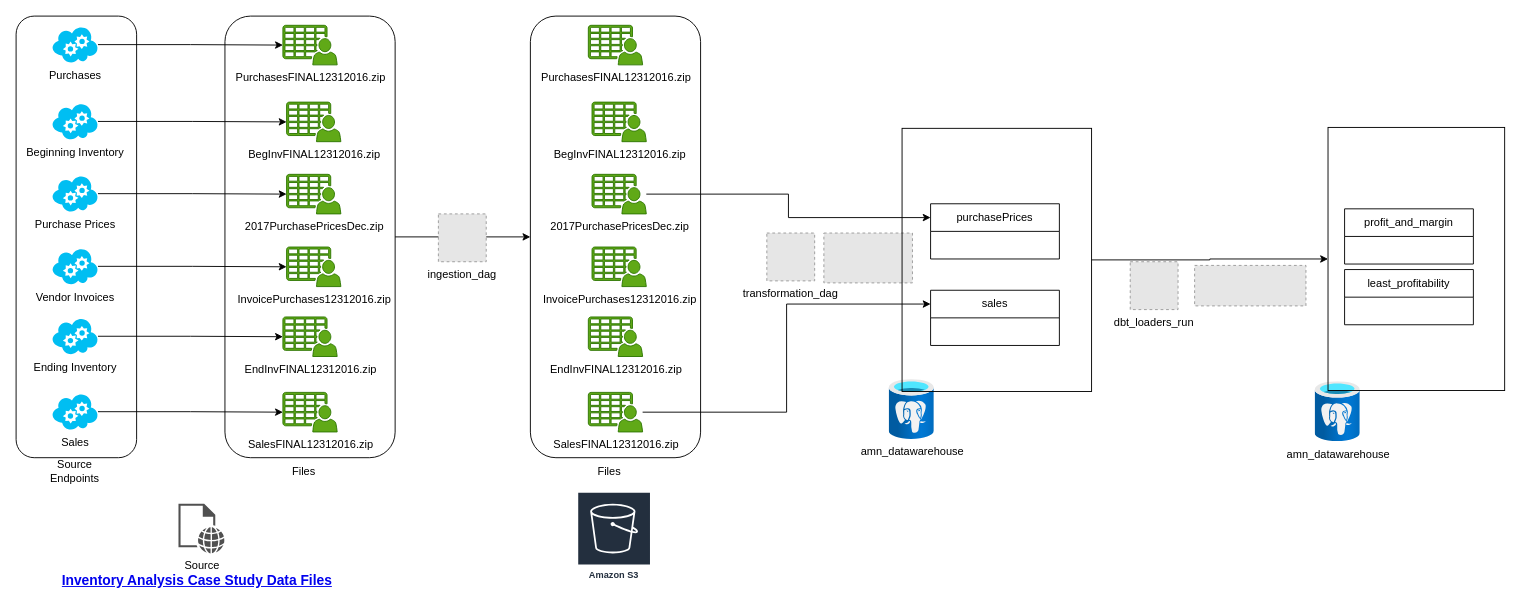
Above: page "pipeline" (1 of 2) of docs/ANM_DIAGRAM.drawio in geeklogbook/AMN (draw.io), before the change. Source tidied: cells renumbered, new cells numbered last; positions are measured from the earlier drawing's top-left corner, leaving out a move shared by most shapes. Both pictures are drawn from the tidied source at 92%, with x=0, y=0 at pixel (16, 16). Pictures stored in the file or linked from it are replaced by grey dashed boxes.
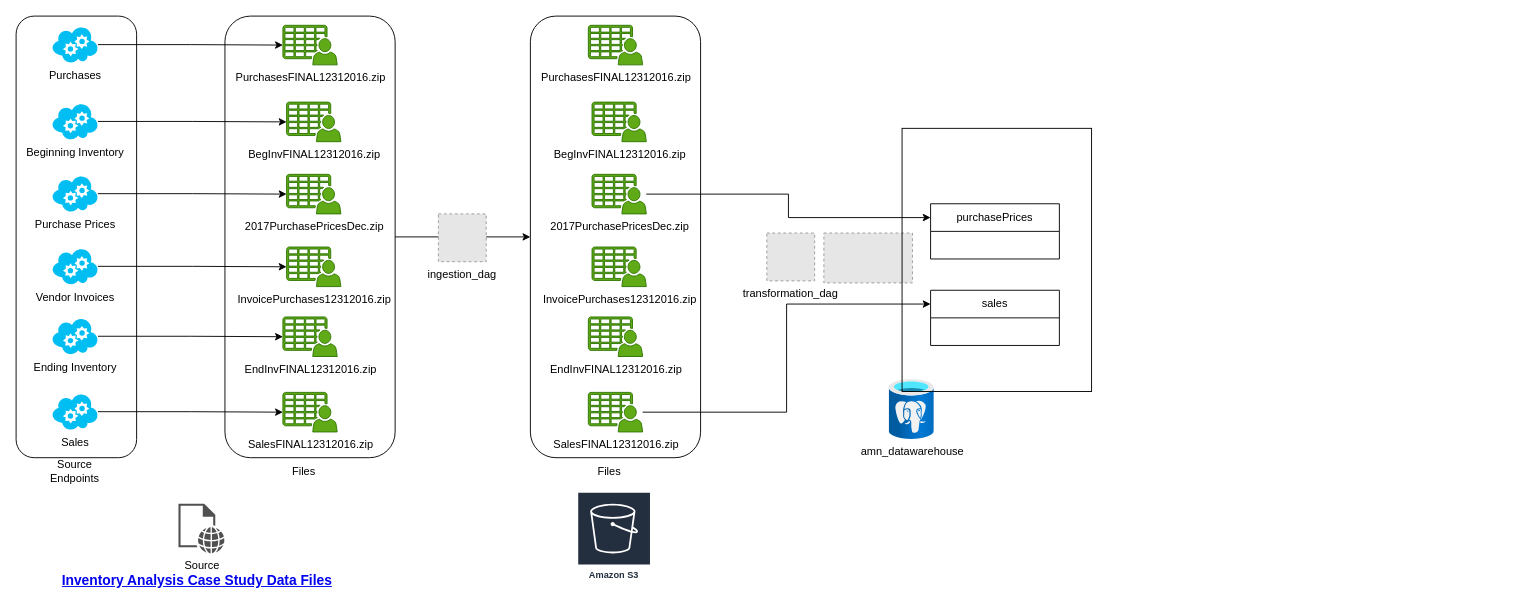
The same page after the edit.

The change refers to these unchanged cells:
```xml
<mxCell id="54" style="rounded=0;whiteSpace=wrap;html=1;fillColor=none;" parent="1" vertex="1">
  <mxGeometry x="963" y="122" width="206" height="286" as="geometry" />
</mxCell>
```

Change to the diagram source:
```diff
@@
-    <mxCell id="47" value="amn_datawarehouse" style="image;html=1;align=center;fontSize=12;image=img/lib/azure2/databases/Azure_Database_PostgreSQL_Server.svg;" parent="1" vertex="1">
-      <mxGeometry x="1412" y="397.3" width="49" height="65.3" as="geometry" />
-    </mxCell>
-    <mxCell id="48" value="least_profitability" style="swimlane;fontStyle=0;horizontal=1;startSize=30;whiteSpace=wrap;html=1;" parent="1" vertex="1">
-      <mxGeometry x="1444" y="275.5" width="140" height="60" as="geometry" />
-    </mxCell>
-    <mxCell id="49" value="profit_and_margin" style="swimlane;fontStyle=0;horizontal=1;startSize=30;whiteSpace=wrap;html=1;" parent="1" vertex="1">
-      <mxGeometry x="1444" y="209.5" width="140" height="60" as="geometry" />
-    </mxCell>
-    <mxCell id="50" value="dbt_loaders_run" style="fillColor=#E6E6E6;strokeColor=#999999;dashed=1;verticalLabelPosition=bottom;labelBackgroundColor=default;verticalAlign=top;" parent="1" vertex="1">
-      <mxGeometry x="1211" y="267" width="52" height="52" as="geometry" />
-    </mxCell>
-    <mxCell id="51" style="fillColor=#E6E6E6;strokeColor=#999999;dashed=1;verticalLabelPosition=bottom;labelBackgroundColor=default;verticalAlign=top;" parent="1" vertex="1">
-      <mxGeometry x="1281" y="271" width="121" height="44" as="geometry" />
-    </mxCell>
-    <mxCell id="52" style="rounded=0;whiteSpace=wrap;html=1;fillColor=none;" parent="1" vertex="1">
-      <mxGeometry x="1426" y="121" width="192" height="286" as="geometry" />
-    </mxCell>
-    <mxCell id="53" style="edgeStyle=orthogonalEdgeStyle;rounded=0;jettySize=auto;html=1;" parent="1" edge="1" source="54" target="52">
-      <mxGeometry relative="1" as="geometry" />
-    </mxCell>
```
